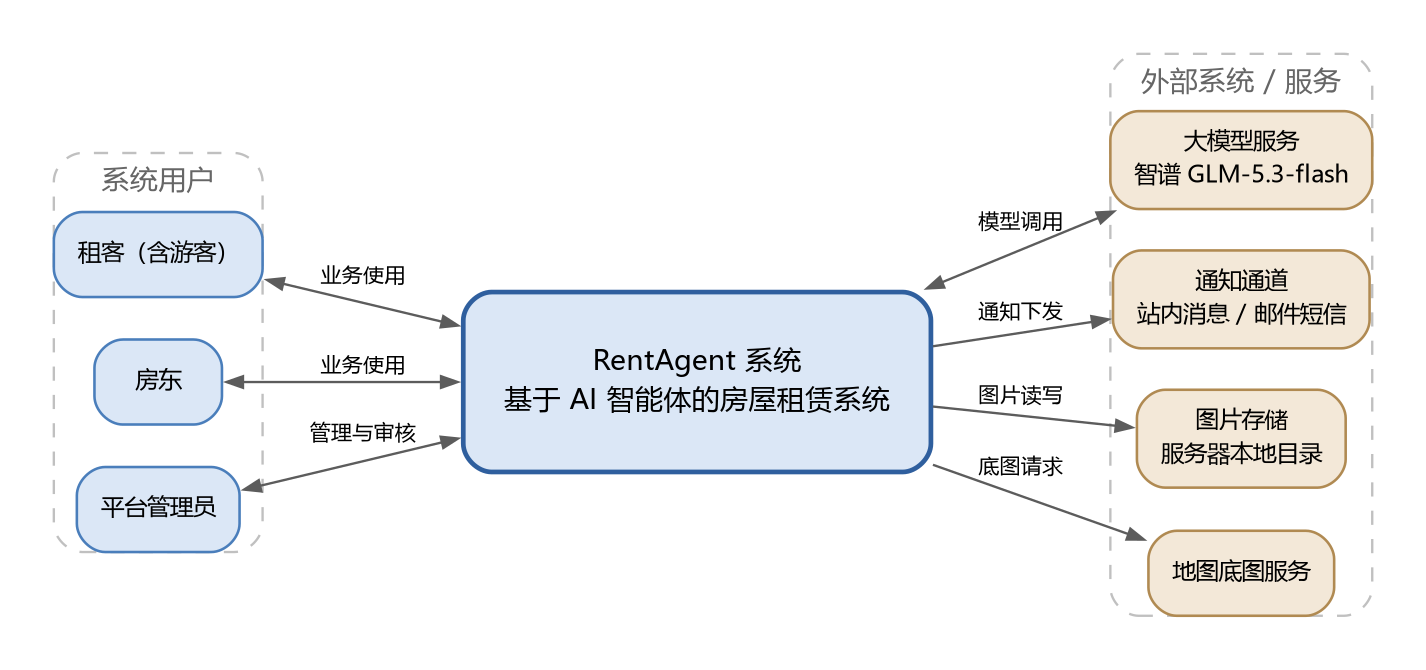
Earlier version of the Graphviz export doc/01.需求定义/assets/figures/fig_5_1_context.png (chuanshanjia666/RentAgent). Its source is kept beside it as doc/01.需求定义/assets/figures/fig_5_1_context.dot. Source of this version:
```dot
digraph {

  graph [fontname="Microsoft YaHei", bgcolor="white", margin=0.15];
  node  [fontname="Microsoft YaHei", fontsize=11, shape=box, style="filled,rounded",
         fillcolor="#eef4fb", color="#4a7ebb", penwidth=1.1, margin="0.14,0.09"];
  edge  [fontname="Microsoft YaHei", fontsize=9, color="#5c5c5c", penwidth=1.0, arrowsize=0.7];

  rankdir=LR;
  splines=polyline;
  nodesep=0.25;
  ranksep=0.55;
  node [fontsize=10];

  subgraph cluster_role {
    label="系统用户";
    fontsize=12;
    style="dashed,rounded";
    color="#c0c0c0";
    fontcolor="#666666";
    node [fillcolor="#dbe7f6"];
    u1 [label="租客（含游客）", fillcolor="#dbe7f6"];
    u2 [label="房东", fillcolor="#dbe7f6"];
    u3 [label="平台管理员", fillcolor="#dbe7f6"];
    { rank=same; u1; u2; u3; }
  }

  sys [label="RentAgent 系统\n基于 AI 智能体的房屋租赁系统", fillcolor="#dbe7f6",
       color="#2f5f9e", penwidth=2.0, fontsize=12, margin="0.24,0.3"];

  subgraph cluster_ext {
    label="外部系统 / 服务";
    fontsize=12;
    style="dashed,rounded";
    color="#c0c0c0";
    fontcolor="#666666";
    node [fillcolor="#f3e8d8", color="#b08a52"];
    x1 [label="大模型服务\n智谱 GLM-5.3-flash"];
    x2 [label="通知通道\n站内消息 / 邮件短信"];
    x3 [label="图片存储\n服务器本地目录"];
    x4 [label="地图底图服务"];
    { rank=same; x1; x2; x3; x4; }
  }

  u1 -> sys [label="业务使用", dir=both];
  u2 -> sys [label="业务使用", dir=both];
  u3 -> sys [label="管理与审核", dir=both];
  sys -> x1 [label="模型调用", dir=both];
  sys -> x2 [label="通知下发"];
  sys -> x3 [label="图片读写"];
  sys -> x4 [label="底图请求"];
}
```
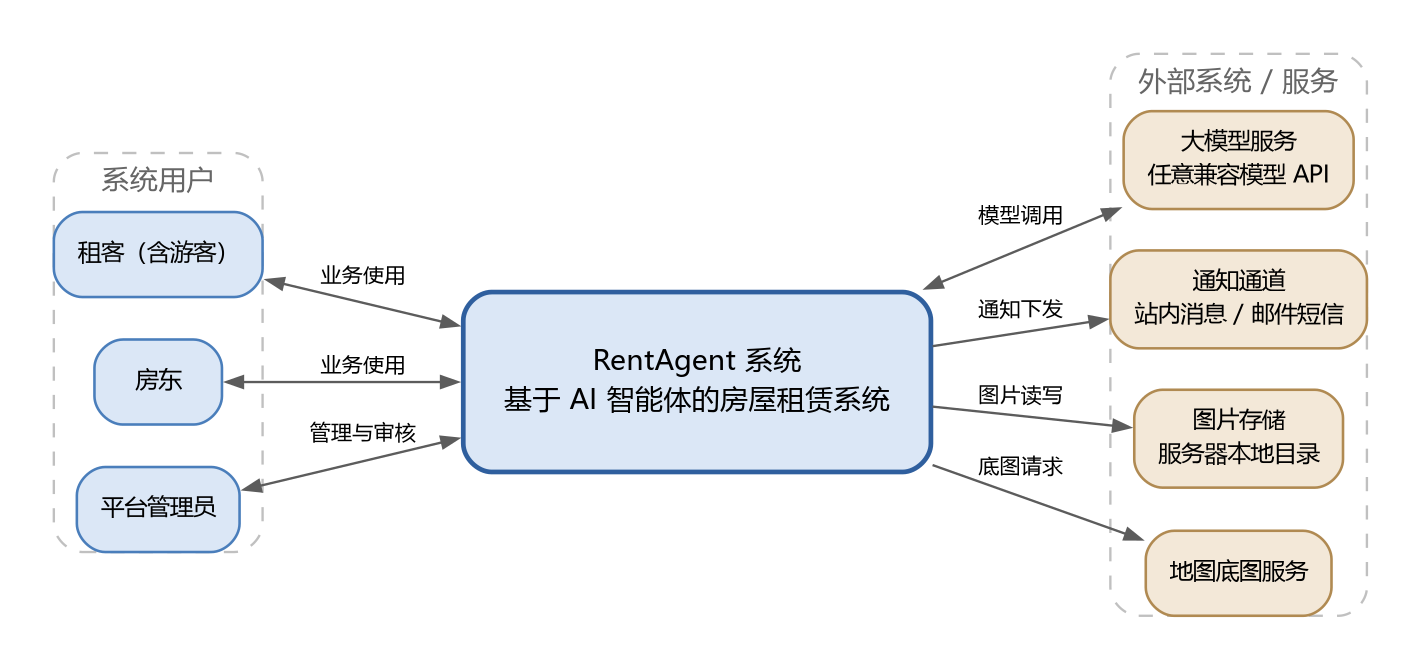
The same diagram one commit later.

Change to the diagram source:
```diff
@@ -34,7 +34,7 @@
     color="#c0c0c0";
     fontcolor="#666666";
     node [fillcolor="#f3e8d8", color="#b08a52"];
-    x1 [label="大模型服务\n智谱 GLM-5.3-flash"];
+    x1 [label="大模型服务\n任意兼容模型 API"];
     x2 [label="通知通道\n站内消息 / 邮件短信"];
     x3 [label="图片存储\n服务器本地目录"];
     x4 [label="地图底图服务"];
```
